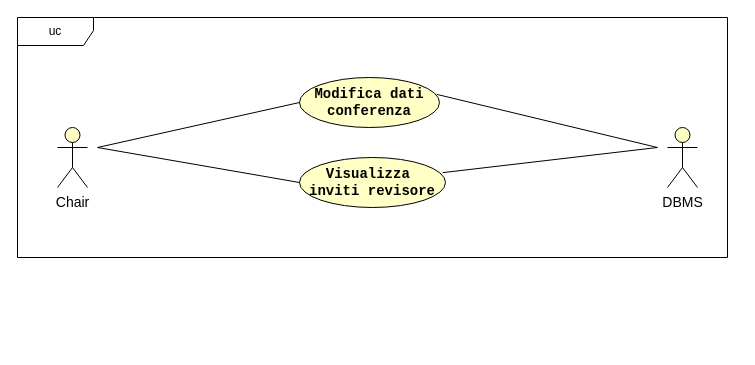
The draw.io diagram RAD/raw/GestioneConferenza.drawio in Gabro29/IngegneriaSoftware, before the edit. Source tidied: cells renumbered, new cells numbered last; positions are measured from the earlier drawing's top-left corner, leaving out a move shared by most shapes. Both pictures are drawn from the tidied source at 100%, with x=0, y=0 at pixel (17, 17).
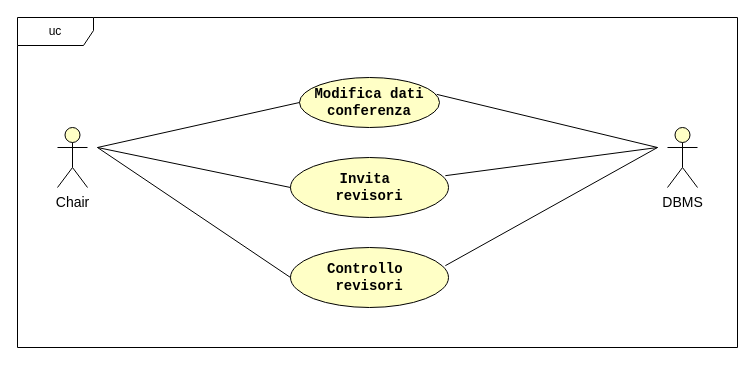
The same page after the edit.

Change to the diagram source:
```diff
@@
 <mxGraphModel background="light-dark(#FFFFFF,#F9F9F9)">
   <root>
     <mxCell id="0" />
     <mxCell id="1" parent="0" />
     <mxCell id="2" value="&lt;font style=&quot;color: light-dark(rgb(0, 0, 0), rgb(0, 0, 0)); font-size: 14px;&quot;&gt;Chair&lt;/font&gt;" style="shape=umlActor;verticalLabelPosition=bottom;verticalAlign=top;html=1;strokeColor=light-dark(#000000,#000000);fillColor=light-dark(#FFFFC6,#FDF89C);" parent="1" vertex="1">
       <mxGeometry x="40" y="110" width="30" height="60" as="geometry" />
     </mxCell>
     <mxCell id="3" value="&lt;font face=&quot;Courier New&quot;&gt;&lt;span style=&quot;caret-color: rgb(0, 0, 0); font-size: 14px;&quot;&gt;&lt;b style=&quot;&quot;&gt;&lt;font style=&quot;color: light-dark(rgb(0, 0, 0), rgb(0, 0, 0));&quot;&gt;Modifica dati&lt;/font&gt;&lt;/b&gt;&lt;/span&gt;&lt;/font&gt;&lt;div&gt;&lt;font style=&quot;color: light-dark(rgb(0, 0, 0), rgb(0, 0, 0));&quot; face=&quot;Courier New&quot;&gt;&lt;span style=&quot;caret-color: rgb(0, 0, 0); font-size: 14px;&quot;&gt;&lt;b style=&quot;&quot;&gt;conferenza&lt;/b&gt;&lt;/span&gt;&lt;/font&gt;&lt;/div&gt;" style="ellipse;whiteSpace=wrap;html=1;fillColor=light-dark(#FFFFC6,#FDF89C);strokeColor=light-dark(#000000,#000000);gradientColor=none;" parent="1" vertex="1">
       <mxGeometry x="282" y="60" width="140" height="50" as="geometry" />
     </mxCell>
-    <mxCell id="4" value="&lt;font style=&quot;color: light-dark(rgb(0, 0, 0), rgb(0, 0, 0));&quot; face=&quot;Courier New&quot;&gt;&lt;span style=&quot;caret-color: rgb(0, 0, 0); font-size: 14px;&quot;&gt;&lt;b style=&quot;&quot;&gt;Visualizza&amp;nbsp;&lt;/b&gt;&lt;/span&gt;&lt;/font&gt;&lt;div&gt;&lt;font style=&quot;color: light-dark(rgb(0, 0, 0), rgb(0, 0, 0));&quot; face=&quot;Courier New&quot;&gt;&lt;span style=&quot;caret-color: rgb(0, 0, 0); font-size: 14px;&quot;&gt;&lt;b style=&quot;&quot;&gt;inviti revisore&lt;/b&gt;&lt;/span&gt;&lt;/font&gt;&lt;/div&gt;" style="ellipse;whiteSpace=wrap;html=1;fillColor=light-dark(#FFFFC6,#FDF89C);strokeColor=light-dark(#000000,#000000);gradientColor=none;" parent="1" vertex="1">
-      <mxGeometry x="282" y="140" width="146" height="50" as="geometry" />
+    <mxCell id="4" value="&lt;b style=&quot;font-size: 14px; caret-color: light-dark(rgb(0, 0, 0), rgb(237, 237, 237)); color: light-dark(rgb(0, 0, 0), rgb(0, 0, 0)); font-family: &amp;quot;Courier New&amp;quot;; background-color: transparent;&quot;&gt;Invita&amp;nbsp;&lt;/b&gt;&lt;div&gt;&lt;font style=&quot;color: light-dark(rgb(0, 0, 0), rgb(0, 0, 0));&quot; face=&quot;Courier New&quot;&gt;&lt;span style=&quot;caret-color: rgb(0, 0, 0); font-size: 14px;&quot;&gt;&lt;b style=&quot;&quot;&gt;revisori&lt;/b&gt;&lt;/span&gt;&lt;/font&gt;&lt;/div&gt;" style="ellipse;whiteSpace=wrap;html=1;fillColor=light-dark(#FFFFC6,#FDF89C);strokeColor=light-dark(#000000,#000000);gradientColor=none;" parent="1" vertex="1">
+      <mxGeometry x="273" y="140" width="158" height="60" as="geometry" />
     </mxCell>
     <mxCell id="5" style="rounded=0;jettySize=auto;html=1;strokeColor=light-dark(#000000,#000000);endArrow=none;startFill=0;entryX=0;entryY=0.5;entryDx=0;entryDy=0;" parent="1" edge="1" target="3">
       <mxGeometry relative="1" as="geometry">
         <mxPoint x="80" y="130" as="sourcePoint" />
       </mxGeometry>
     </mxCell>
     <mxCell id="6" style="rounded=0;jettySize=auto;html=1;strokeColor=light-dark(#000000,#000000);endArrow=none;startFill=0;entryX=0;entryY=0.5;entryDx=0;entryDy=0;" parent="1" edge="1" target="4">
       <mxGeometry relative="1" as="geometry">
         <mxPoint x="80" y="130" as="sourcePoint" />
       </mxGeometry>
     </mxCell>
     <mxCell id="7" value="&lt;font style=&quot;color: light-dark(rgb(0, 0, 0), rgb(0, 0, 0)); font-size: 14px;&quot;&gt;DBMS&lt;/font&gt;" style="shape=umlActor;verticalLabelPosition=bottom;verticalAlign=top;html=1;strokeColor=light-dark(#000000,#000000);fillColor=light-dark(#FFFFC6,#FDF89C);" parent="1" vertex="1">
       <mxGeometry x="650" y="110" width="30" height="60" as="geometry" />
     </mxCell>
     <mxCell id="8" style="rounded=0;jettySize=auto;html=1;strokeColor=light-dark(#000000,#000000);endArrow=none;startFill=0;entryX=0.98;entryY=0.337;entryDx=0;entryDy=0;entryPerimeter=0;" parent="1" edge="1" target="3">
       <mxGeometry relative="1" as="geometry">
         <mxPoint x="640" y="130" as="sourcePoint" />
       </mxGeometry>
     </mxCell>
     <mxCell id="9" style="rounded=0;jettySize=auto;html=1;strokeColor=light-dark(#000000,#000000);endArrow=none;startFill=0;entryX=0.98;entryY=0.303;entryDx=0;entryDy=0;entryPerimeter=0;" parent="1" edge="1" target="4">
       <mxGeometry relative="1" as="geometry">
         <mxPoint x="640" y="130" as="sourcePoint" />
       </mxGeometry>
     </mxCell>
     <mxCell id="10" value="uc" style="shape=umlFrame;whiteSpace=wrap;html=1;strokeColor=light-dark(#000000,#000000);width=76;height=28;" parent="1" vertex="1">
-      <mxGeometry width="710" height="240" as="geometry" />
+      <mxGeometry width="720" height="330" as="geometry" />
     </mxCell>
+    <mxCell id="11" value="&lt;div&gt;&lt;font style=&quot;color: light-dark(rgb(0, 0, 0), rgb(0, 0, 0));&quot; face=&quot;Courier New&quot;&gt;&lt;span style=&quot;caret-color: rgb(0, 0, 0); font-size: 14px;&quot;&gt;&lt;b style=&quot;&quot;&gt;Controllo&amp;nbsp;&lt;/b&gt;&lt;/span&gt;&lt;/font&gt;&lt;/div&gt;&lt;div&gt;&lt;font style=&quot;color: light-dark(rgb(0, 0, 0), rgb(0, 0, 0));&quot; face=&quot;Courier New&quot;&gt;&lt;span style=&quot;caret-color: rgb(0, 0, 0); font-size: 14px;&quot;&gt;&lt;b style=&quot;&quot;&gt;revisori&lt;/b&gt;&lt;/span&gt;&lt;/font&gt;&lt;/div&gt;" style="ellipse;whiteSpace=wrap;html=1;fillColor=light-dark(#FFFFC6,#FDF89C);strokeColor=light-dark(#000000,#000000);gradientColor=none;" parent="1" vertex="1">
+      <mxGeometry x="273" y="230" width="158" height="60" as="geometry" />
+    </mxCell>
+    <mxCell id="12" style="rounded=0;jettySize=auto;html=1;strokeColor=light-dark(#000000,#000000);endArrow=none;startFill=0;entryX=0;entryY=0.5;entryDx=0;entryDy=0;" parent="1" edge="1" target="11">
+      <mxGeometry relative="1" as="geometry">
+        <mxPoint x="80" y="130" as="sourcePoint" />
+      </mxGeometry>
+    </mxCell>
+    <mxCell id="13" style="rounded=0;jettySize=auto;html=1;strokeColor=light-dark(#000000,#000000);endArrow=none;startFill=0;entryX=0.98;entryY=0.303;entryDx=0;entryDy=0;entryPerimeter=0;" parent="1" edge="1" target="11">
+      <mxGeometry relative="1" as="geometry">
+        <mxPoint x="640" y="130" as="sourcePoint" />
+      </mxGeometry>
+    </mxCell>
   </root>
 </mxGraphModel>
```
